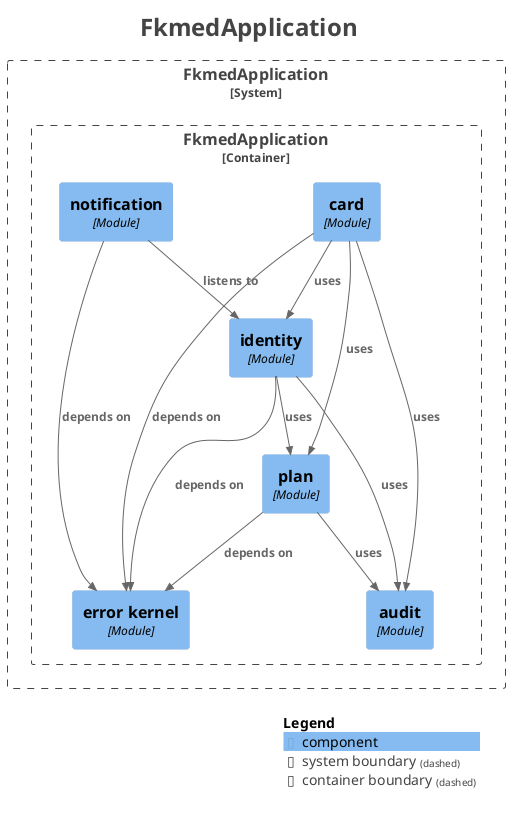
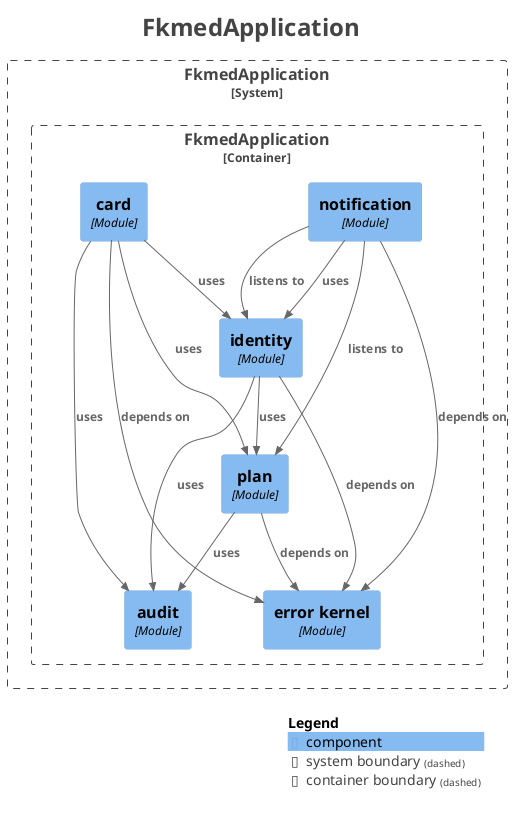
@startuml
title <size:24>FkmedApplication</size>

set separator none
top to bottom direction

<style>
  root {
    BackgroundColor: #ffffff
    FontColor: #444444
  }
</style>

!include <C4/C4>
!include <C4/C4_Context>
!include <C4/C4_Component>

System_Boundary("FkmedApplication_boundary", "FkmedApplication", $tags="") {
  Container_Boundary("FkmedApplication.FkmedApplication_boundary", "FkmedApplication", $tags="") {
    Component(FkmedApplication.FkmedApplication.audit, "audit", $techn="Module", $descr="", $tags="", $link="")
    Component(FkmedApplication.FkmedApplication.errorkernel, "error kernel", $techn="Module", $descr="", $tags="", $link="")
    Component(FkmedApplication.FkmedApplication.plan, "plan", $techn="Module", $descr="", $tags="", $link="")
    Component(FkmedApplication.FkmedApplication.identity, "identity", $techn="Module", $descr="", $tags="", $link="")
    Component(FkmedApplication.FkmedApplication.card, "card", $techn="Module", $descr="", $tags="", $link="")
    Component(FkmedApplication.FkmedApplication.notification, "notification", $techn="Module", $descr="", $tags="", $link="")
  }

}

Rel(FkmedApplication.FkmedApplication.card, FkmedApplication.FkmedApplication.audit, "uses", $techn="", $tags="", $link="")
Rel(FkmedApplication.FkmedApplication.card, FkmedApplication.FkmedApplication.errorkernel, "depends on", $techn="", $tags="", $link="")
Rel(FkmedApplication.FkmedApplication.card, FkmedApplication.FkmedApplication.identity, "uses", $techn="", $tags="", $link="")
Rel(FkmedApplication.FkmedApplication.card, FkmedApplication.FkmedApplication.plan, "uses", $techn="", $tags="", $link="")
Rel(FkmedApplication.FkmedApplication.identity, FkmedApplication.FkmedApplication.audit, "uses", $techn="", $tags="", $link="")
Rel(FkmedApplication.FkmedApplication.identity, FkmedApplication.FkmedApplication.errorkernel, "depends on", $techn="", $tags="", $link="")
Rel(FkmedApplication.FkmedApplication.identity, FkmedApplication.FkmedApplication.plan, "uses", $techn="", $tags="", $link="")
Rel(FkmedApplication.FkmedApplication.notification, FkmedApplication.FkmedApplication.errorkernel, "depends on", $techn="", $tags="", $link="")
Rel(FkmedApplication.FkmedApplication.notification, FkmedApplication.FkmedApplication.identity, "listens to", $techn="", $tags="", $link="")
+ Rel(FkmedApplication.FkmedApplication.notification, FkmedApplication.FkmedApplication.identity, "uses", $techn="", $tags="", $link="")
+ Rel(FkmedApplication.FkmedApplication.notification, FkmedApplication.FkmedApplication.plan, "listens to", $techn="", $tags="", $link="")
Rel(FkmedApplication.FkmedApplication.plan, FkmedApplication.FkmedApplication.audit, "uses", $techn="", $tags="", $link="")
Rel(FkmedApplication.FkmedApplication.plan, FkmedApplication.FkmedApplication.errorkernel, "depends on", $techn="", $tags="", $link="")

SHOW_LEGEND(true)
hide stereotypes
@enduml